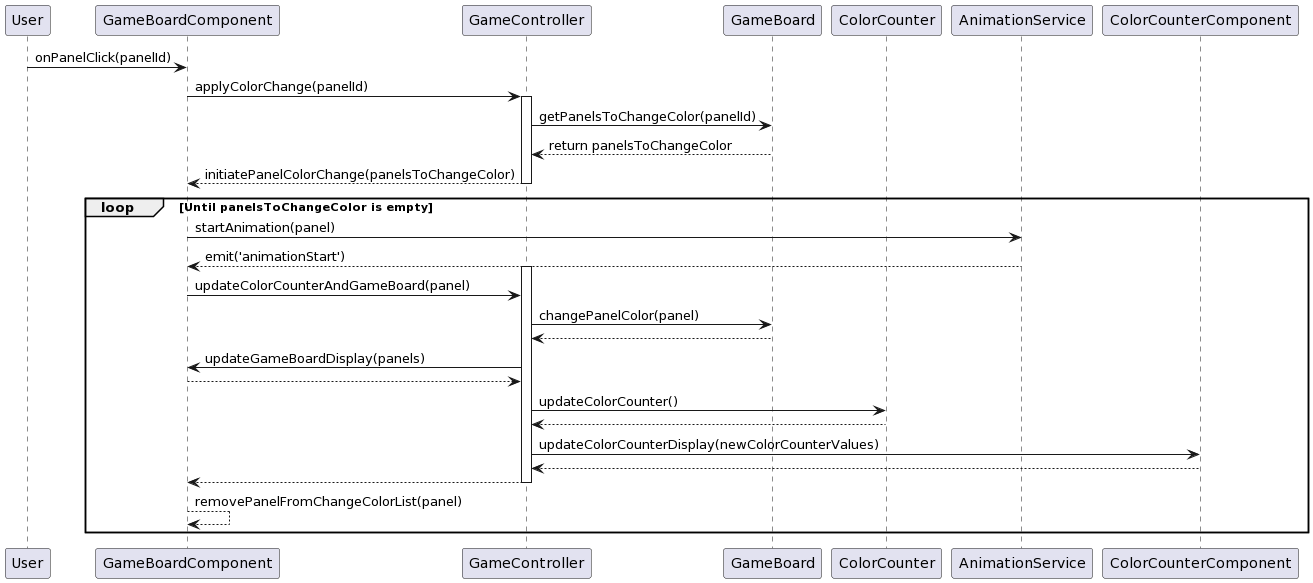
AkamatsuYuu1987/TS-Attack25 keeps this PlantUML diagram as docs/GamePlayInteractionFlow.png. Above is the earlier version.
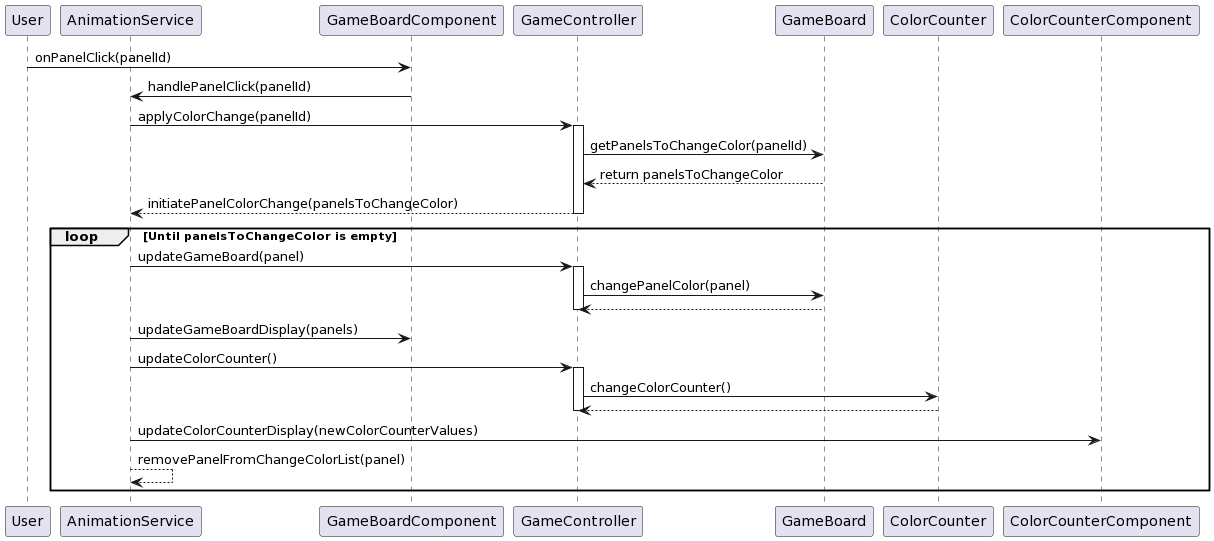
After the change.

Diff of the diagram source:
```diff
@@ -1,34 +1,33 @@
 @startuml
 participant User
+participant AnimationService
 participant GameBoardComponent
 participant GameController
 participant GameBoard
 participant ColorCounter
-participant AnimationService
 participant ColorCounterComponent
 
 User -> GameBoardComponent : onPanelClick(panelId)
-GameBoardComponent -> GameController : applyColorChange(panelId)
+GameBoardComponent -> AnimationService: handlePanelClick(panelId)
+AnimationService->GameController: applyColorChange(panelId)
 activate GameController
 GameController -> GameBoard : getPanelsToChangeColor(panelId)
 GameBoard --> GameController : return panelsToChangeColor
-GameController --> GameBoardComponent : initiatePanelColorChange(panelsToChangeColor)
+GameController --> AnimationService : initiatePanelColorChange(panelsToChangeColor)
 deactivate GameController
 loop Until panelsToChangeColor is empty
-    GameBoardComponent -> AnimationService : startAnimation(panel)
-    AnimationService --> GameBoardComponent : emit('animationStart')
+    AnimationService -> GameController : updateGameBoard(panel)
     activate GameController
-    GameBoardComponent -> GameController : updateColorCounterAndGameBoard(panel)
     GameController -> GameBoard : changePanelColor(panel)
     GameBoard --> GameController
-    GameController -> GameBoardComponent : updateGameBoardDisplay(panels)
-    GameBoardComponent --> GameController
-    GameController -> ColorCounter : updateColorCounter()
+    deactivate GameController
+    AnimationService -> GameBoardComponent : updateGameBoardDisplay(panels)
+    AnimationService -> GameController : updateColorCounter()
+    activate GameController
+    GameController -> ColorCounter : changeColorCounter()
     ColorCounter --> GameController
-    GameController -> ColorCounterComponent : updateColorCounterDisplay(newColorCounterValues)
-    ColorCounterComponent --> GameController
-    GameController --> GameBoardComponent
     deactivate GameController
-    GameBoardComponent --> GameBoardComponent : removePanelFromChangeColorList(panel)
+    AnimationService-> ColorCounterComponent : updateColorCounterDisplay(newColorCounterValues)
+    AnimationService--> AnimationService: removePanelFromChangeColorList(panel)
 end
 @enduml
```
